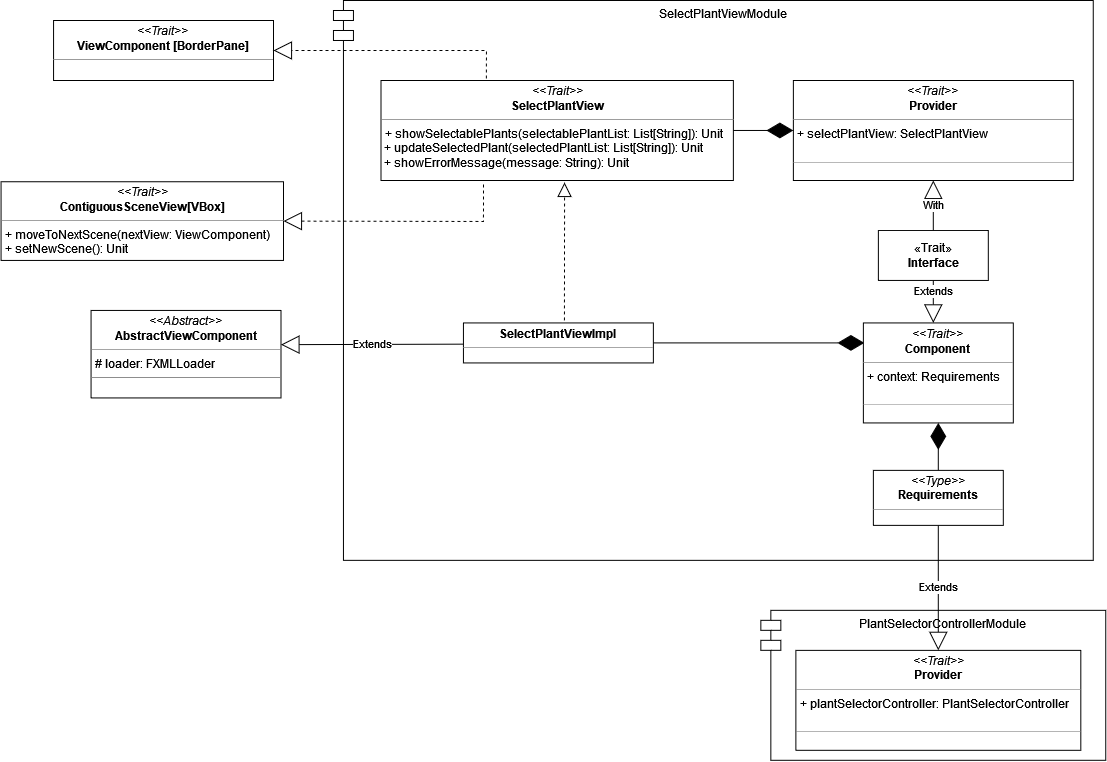
Earlier version of the draw.io export docs/img/select_plant_view.png (AnnaVitali/PPS-22-smartgh). Source tidied: cells renumbered, new cells last; positions are measured from the earlier drawing's top-left corner, leaving out a move shared by most shapes. Source of this version:
```xml
<mxGraphModel>
  <root>
    <mxCell id="0" />
    <mxCell id="1" parent="0" />
    <mxCell id="2" value="PlantSelectorControllerModule" style="shape=module;align=left;spacingLeft=20;align=center;verticalAlign=top;fillColor=none;" parent="1" vertex="1">
      <mxGeometry x="759.5" y="610" width="345" height="150" as="geometry" />
    </mxCell>
    <mxCell id="3" value="SelectPlantViewModule" style="shape=module;align=left;spacingLeft=20;align=center;verticalAlign=top;fillColor=none;" parent="1" vertex="1">
      <mxGeometry x="332" width="760" height="560" as="geometry" />
    </mxCell>
    <mxCell id="4" value="&lt;p style=&quot;margin:0px;margin-top:4px;text-align:center;&quot;&gt;&lt;i&gt;&amp;lt;&amp;lt;Trait&amp;gt;&amp;gt;&lt;/i&gt;&lt;br&gt;&lt;b&gt;SelectPlantView&lt;/b&gt;&lt;br&gt;&lt;/p&gt;&lt;hr size=&quot;1&quot;&gt;&lt;p style=&quot;margin:0px;margin-left:4px;&quot;&gt;+ showSelectablePlants(selectablePlantList: List[String]): Unit&lt;/p&gt;&lt;div&gt;&amp;nbsp;+ updateSelectedPlant(selectedPlantList: List[String]): Unit&lt;/div&gt;&lt;div&gt;&amp;nbsp;+ showErrorMessage(message: String): Unit&lt;br&gt;&lt;/div&gt;&lt;div&gt;&lt;br&gt;&lt;/div&gt;" style="verticalAlign=top;align=left;overflow=fill;fontSize=12;fontFamily=Helvetica;html=1;fillColor=default;" parent="1" vertex="1">
      <mxGeometry x="379.5" y="80" width="352.5" height="100" as="geometry" />
    </mxCell>
    <mxCell id="5" value="&lt;p style=&quot;margin:0px;margin-top:4px;text-align:center;&quot;&gt;&lt;i&gt;&amp;lt;&amp;lt;Trait&amp;gt;&amp;gt;&lt;/i&gt;&lt;br&gt;&lt;b&gt;ViewComponent [BorderPane]&lt;/b&gt;&lt;br&gt;&lt;/p&gt;&lt;hr size=&quot;1&quot;&gt;" style="verticalAlign=top;align=left;overflow=fill;fontSize=12;fontFamily=Helvetica;html=1;fillColor=default;" parent="1" vertex="1">
      <mxGeometry x="52" y="20" width="220" height="60" as="geometry" />
    </mxCell>
    <mxCell id="6" value="&lt;p style=&quot;margin:0px;margin-top:4px;text-align:center;&quot;&gt;&lt;i&gt;&amp;lt;&amp;lt;Trait&amp;gt;&amp;gt;&lt;/i&gt;&lt;br&gt;&lt;b&gt;Provider&lt;/b&gt;&lt;br&gt;&lt;/p&gt;&lt;hr size=&quot;1&quot;&gt;&lt;p style=&quot;margin:0px;margin-left:4px;&quot;&gt;+ selectPlantView: SelectPlantView&lt;br&gt;&lt;br&gt;&lt;/p&gt;&lt;hr size=&quot;1&quot;&gt;" style="verticalAlign=top;align=left;overflow=fill;fontSize=12;fontFamily=Helvetica;html=1;fillColor=default;" parent="1" vertex="1">
      <mxGeometry x="792" y="80" width="280" height="100" as="geometry" />
    </mxCell>
    <mxCell id="7" value="«Trait»&lt;br&gt;&lt;b&gt;Interface&lt;/b&gt;" style="html=1;fillColor=default;" parent="1" vertex="1">
      <mxGeometry x="877" y="230" width="110" height="50" as="geometry" />
    </mxCell>
    <mxCell id="8" value="Extends" style="endArrow=block;endSize=16;endFill=0;html=1;rounded=0;entryX=0.5;entryY=0;entryDx=0;entryDy=0;exitX=0.5;exitY=1;exitDx=0;exitDy=0;" parent="1" edge="1" source="7">
      <mxGeometry x="-0.53" relative="1" as="geometry">
        <mxPoint x="932" y="322.5" as="targetPoint" />
      </mxGeometry>
    </mxCell>
    <mxCell id="9" value="&lt;div&gt;With&lt;/div&gt;" style="endArrow=block;endSize=16;endFill=0;html=1;rounded=0;entryX=0.5;entryY=1;entryDx=0;entryDy=0;exitX=0.5;exitY=0;exitDx=0;exitDy=0;" parent="1" edge="1" source="7" target="6">
      <mxGeometry relative="1" as="geometry" />
    </mxCell>
    <mxCell id="10" value="&lt;p style=&quot;margin:0px;margin-top:4px;text-align:center;&quot;&gt;&lt;b&gt;SelectPlantViewImpl&lt;/b&gt;&lt;br&gt;&lt;/p&gt;&lt;hr size=&quot;1&quot;&gt;" style="verticalAlign=top;align=left;overflow=fill;fontSize=12;fontFamily=Helvetica;html=1;" parent="1" vertex="1">
      <mxGeometry x="462" y="322.5" width="190" height="40" as="geometry" />
    </mxCell>
    <mxCell id="11" style="endArrow=diamondThin;endFill=1;endSize=24;html=1;rounded=0;exitX=1;exitY=0.5;exitDx=0;exitDy=0;entryX=0;entryY=0.5;entryDx=0;entryDy=0;" parent="1" edge="1" source="4" target="6">
      <mxGeometry relative="1" as="geometry" />
    </mxCell>
    <mxCell id="12" style="endArrow=diamondThin;endFill=1;endSize=24;html=1;rounded=0;exitX=1;exitY=0.5;exitDx=0;exitDy=0;entryX=0.007;entryY=0.2;entryDx=0;entryDy=0;entryPerimeter=0;" parent="1" edge="1" source="10" target="14">
      <mxGeometry relative="1" as="geometry" />
    </mxCell>
    <mxCell id="13" value="&lt;p style=&quot;margin:0px;margin-top:4px;text-align:center;&quot;&gt;&lt;i&gt;&amp;lt;&amp;lt;Type&amp;gt;&amp;gt;&lt;/i&gt;&lt;br&gt;&lt;b&gt;Requirements&lt;/b&gt;&lt;br&gt;&lt;/p&gt;&lt;hr size=&quot;1&quot;&gt;&lt;p style=&quot;margin:0px;margin-left:4px;&quot;&gt;&lt;br&gt;&lt;/p&gt;" style="verticalAlign=top;align=left;overflow=fill;fontSize=12;fontFamily=Helvetica;html=1;fillColor=default;" parent="1" vertex="1">
      <mxGeometry x="872" y="470" width="130" height="55" as="geometry" />
    </mxCell>
    <mxCell id="14" value="&lt;p style=&quot;margin:0px;margin-top:4px;text-align:center;&quot;&gt;&lt;i&gt;&amp;lt;&amp;lt;Trait&amp;gt;&amp;gt;&lt;/i&gt;&lt;br&gt;&lt;b&gt;Component&lt;/b&gt;&lt;br&gt;&lt;/p&gt;&lt;hr size=&quot;1&quot;&gt;&lt;p style=&quot;margin:0px;margin-left:4px;&quot;&gt;+ context: Requirements&lt;br&gt;&lt;br&gt;&lt;/p&gt;&lt;hr size=&quot;1&quot;&gt;" style="verticalAlign=top;align=left;overflow=fill;fontSize=12;fontFamily=Helvetica;html=1;fillColor=default;" parent="1" vertex="1">
      <mxGeometry x="862" y="322.5" width="150" height="100" as="geometry" />
    </mxCell>
    <mxCell id="15" value="&lt;p style=&quot;margin:0px;margin-top:4px;text-align:center;&quot;&gt;&lt;i&gt;&amp;lt;&amp;lt;Trait&amp;gt;&amp;gt;&lt;/i&gt;&lt;br&gt;&lt;b&gt;Provider&lt;/b&gt;&lt;br&gt;&lt;/p&gt;&lt;hr size=&quot;1&quot;&gt;&lt;p style=&quot;margin:0px;margin-left:4px;&quot;&gt;+ plantSelectorController: PlantSelectorController&lt;br&gt;&lt;br&gt;&lt;/p&gt;&lt;hr size=&quot;1&quot;&gt;" style="verticalAlign=top;align=left;overflow=fill;fontSize=12;fontFamily=Helvetica;html=1;fillColor=default;" parent="1" vertex="1">
      <mxGeometry x="794.5" y="650" width="285" height="100" as="geometry" />
    </mxCell>
    <mxCell id="16" style="endArrow=diamondThin;endFill=1;endSize=24;html=1;rounded=0;exitX=0.5;exitY=0;exitDx=0;exitDy=0;" parent="1" edge="1" source="13" target="14">
      <mxGeometry relative="1" as="geometry" />
    </mxCell>
    <mxCell id="17" value="Extends" style="endArrow=block;endSize=16;endFill=0;html=1;rounded=0;exitX=0.5;exitY=1;exitDx=0;exitDy=0;entryX=0.5;entryY=0;entryDx=0;entryDy=0;" parent="1" edge="1" source="13" target="15">
      <mxGeometry relative="1" as="geometry" />
    </mxCell>
    <mxCell id="18" value="&lt;p style=&quot;margin:0px;margin-top:4px;text-align:center;&quot;&gt;&lt;i&gt;&amp;lt;&amp;lt;Trait&amp;gt;&amp;gt;&lt;/i&gt;&lt;br&gt;&lt;b&gt;ContiguousSceneView[VBox]&lt;/b&gt;&lt;br&gt;&lt;/p&gt;&lt;hr size=&quot;1&quot;&gt;&lt;p style=&quot;margin:0px;margin-left:4px;&quot;&gt;+ moveToNextScene(nextView: ViewComponent)&lt;/p&gt;&lt;p style=&quot;margin:0px;margin-left:4px;&quot;&gt;+ setNewScene(): Unit&lt;br&gt;&lt;/p&gt;&lt;div&gt;&lt;br&gt;&lt;/div&gt;" style="verticalAlign=top;align=left;overflow=fill;fontSize=12;fontFamily=Helvetica;html=1;fillColor=default;" parent="1" vertex="1">
      <mxGeometry x="-0.5" y="181.2" width="282.5" height="78.8" as="geometry" />
    </mxCell>
    <mxCell id="19" style="endArrow=block;endSize=16;endFill=0;html=1;rounded=0;entryX=1;entryY=0.5;entryDx=0;entryDy=0;exitX=0.291;exitY=1.04;exitDx=0;exitDy=0;exitPerimeter=0;dashed=1;" parent="1" edge="1" source="4" target="18">
      <mxGeometry relative="1" as="geometry">
        <Array as="points">
          <mxPoint x="482" y="221" />
        </Array>
      </mxGeometry>
    </mxCell>
    <mxCell id="20" style="endArrow=block;endSize=16;endFill=0;html=1;rounded=0;entryX=1;entryY=0.5;entryDx=0;entryDy=0;exitX=0.299;exitY=-0.02;exitDx=0;exitDy=0;exitPerimeter=0;dashed=1;" parent="1" edge="1" source="4" target="5">
      <mxGeometry relative="1" as="geometry">
        <Array as="points">
          <mxPoint x="485" y="50" />
        </Array>
      </mxGeometry>
    </mxCell>
    <mxCell id="21" style="endArrow=block;dashed=1;endFill=0;endSize=12;html=1;rounded=0;entryX=0.521;entryY=1.02;entryDx=0;entryDy=0;entryPerimeter=0;" parent="1" edge="1" target="4">
      <mxGeometry relative="1" as="geometry">
        <mxPoint x="563" y="320" as="sourcePoint" />
      </mxGeometry>
    </mxCell>
    <mxCell id="22" value="Extends" style="endArrow=block;endSize=16;endFill=0;html=1;rounded=0;exitX=0;exitY=0.5;exitDx=0;exitDy=0;" parent="1" edge="1">
      <mxGeometry relative="1" as="geometry">
        <mxPoint x="462" y="343.8" as="sourcePoint" />
        <mxPoint x="279.5" y="344.2" as="targetPoint" />
      </mxGeometry>
    </mxCell>
    <mxCell id="23" value="&lt;p style=&quot;margin:0px;margin-top:4px;text-align:center;&quot;&gt;&lt;i&gt;&amp;lt;&amp;lt;Abstract&amp;gt;&amp;gt;&lt;/i&gt;&lt;br&gt;&lt;b&gt;AbstractViewComponent&lt;/b&gt;&lt;br&gt;&lt;/p&gt;&lt;hr size=&quot;1&quot;&gt;&lt;p style=&quot;margin:0px;margin-left:4px;&quot;&gt;# loader: FXMLLoader&lt;br&gt;&lt;/p&gt;&lt;hr size=&quot;1&quot;&gt;&lt;p style=&quot;margin:0px;margin-left:4px;&quot;&gt;&lt;br&gt;&lt;/p&gt;" style="verticalAlign=top;align=left;overflow=fill;fontSize=12;fontFamily=Helvetica;html=1;" parent="1" vertex="1">
      <mxGeometry x="89.5" y="310" width="190" height="87.5" as="geometry" />
    </mxCell>
  </root>
</mxGraphModel>
```
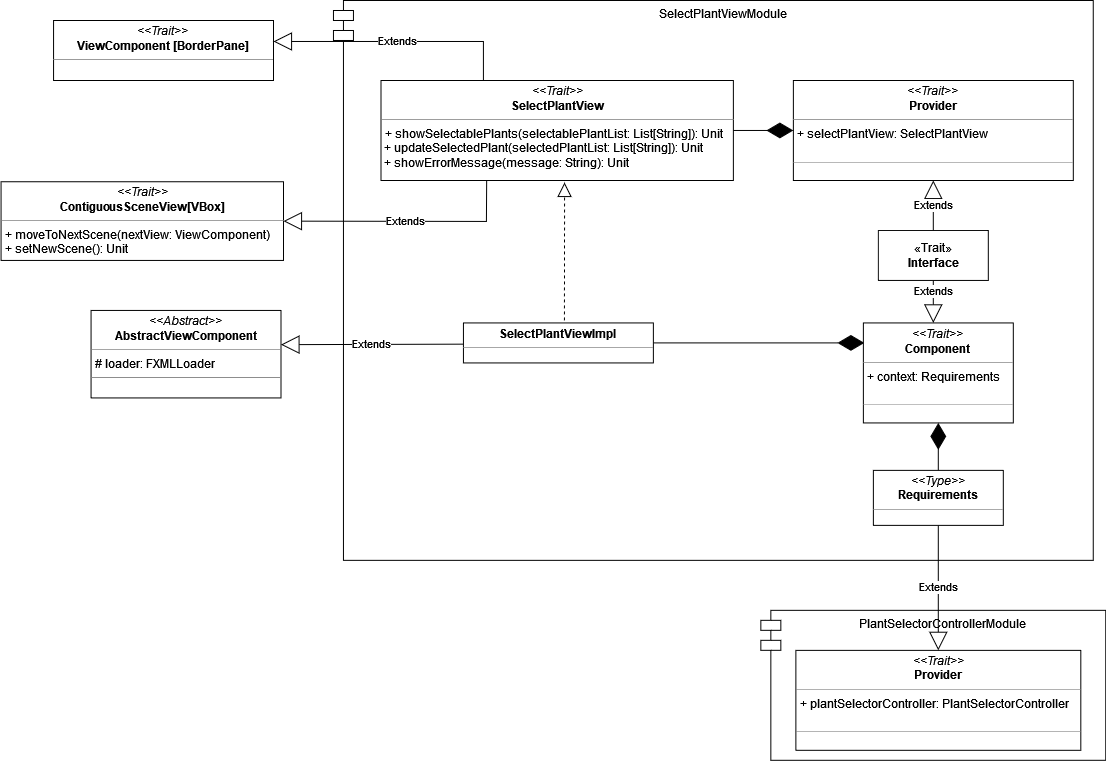
The same file after the commit.

Commit message:
add img select plant view updated

Diff of the diagram source:
```diff
@@ -25,7 +25,7 @@
         <mxPoint x="932" y="322.5" as="targetPoint" />
       </mxGeometry>
     </mxCell>
-    <mxCell id="9" value="&lt;div&gt;With&lt;/div&gt;" style="endArrow=block;endSize=16;endFill=0;html=1;rounded=0;entryX=0.5;entryY=1;entryDx=0;entryDy=0;exitX=0.5;exitY=0;exitDx=0;exitDy=0;" parent="1" edge="1" source="7" target="6">
+    <mxCell id="9" value="&lt;div&gt;Extends&lt;/div&gt;" style="endArrow=block;endSize=16;endFill=0;html=1;rounded=0;entryX=0.5;entryY=1;entryDx=0;entryDy=0;exitX=0.5;exitY=0;exitDx=0;exitDy=0;" parent="1" edge="1" source="7" target="6">
       <mxGeometry relative="1" as="geometry" />
     </mxCell>
     <mxCell id="10" value="&lt;p style=&quot;margin:0px;margin-top:4px;text-align:center;&quot;&gt;&lt;b&gt;SelectPlantViewImpl&lt;/b&gt;&lt;br&gt;&lt;/p&gt;&lt;hr size=&quot;1&quot;&gt;" style="verticalAlign=top;align=left;overflow=fill;fontSize=12;fontFamily=Helvetica;html=1;" parent="1" vertex="1">
@@ -55,33 +55,36 @@
     <mxCell id="18" value="&lt;p style=&quot;margin:0px;margin-top:4px;text-align:center;&quot;&gt;&lt;i&gt;&amp;lt;&amp;lt;Trait&amp;gt;&amp;gt;&lt;/i&gt;&lt;br&gt;&lt;b&gt;ContiguousSceneView[VBox]&lt;/b&gt;&lt;br&gt;&lt;/p&gt;&lt;hr size=&quot;1&quot;&gt;&lt;p style=&quot;margin:0px;margin-left:4px;&quot;&gt;+ moveToNextScene(nextView: ViewComponent)&lt;/p&gt;&lt;p style=&quot;margin:0px;margin-left:4px;&quot;&gt;+ setNewScene(): Unit&lt;br&gt;&lt;/p&gt;&lt;div&gt;&lt;br&gt;&lt;/div&gt;" style="verticalAlign=top;align=left;overflow=fill;fontSize=12;fontFamily=Helvetica;html=1;fillColor=default;" parent="1" vertex="1">
       <mxGeometry x="-0.5" y="181.2" width="282.5" height="78.8" as="geometry" />
     </mxCell>
-    <mxCell id="19" style="endArrow=block;endSize=16;endFill=0;html=1;rounded=0;entryX=1;entryY=0.5;entryDx=0;entryDy=0;exitX=0.291;exitY=1.04;exitDx=0;exitDy=0;exitPerimeter=0;dashed=1;" parent="1" edge="1" source="4" target="18">
+    <mxCell id="19" style="endArrow=block;dashed=1;endFill=0;endSize=12;html=1;rounded=0;entryX=0.521;entryY=1.02;entryDx=0;entryDy=0;entryPerimeter=0;" parent="1" edge="1" target="4">
       <mxGeometry relative="1" as="geometry">
-        <Array as="points">
-          <mxPoint x="482" y="221" />
-        </Array>
+        <mxPoint x="563" y="320" as="sourcePoint" />
       </mxGeometry>
     </mxCell>
-    <mxCell id="20" style="endArrow=block;endSize=16;endFill=0;html=1;rounded=0;entryX=1;entryY=0.5;entryDx=0;entryDy=0;exitX=0.299;exitY=-0.02;exitDx=0;exitDy=0;exitPerimeter=0;dashed=1;" parent="1" edge="1" source="4" target="5">
+    <mxCell id="20" value="Extends" style="endArrow=block;endSize=16;endFill=0;html=1;rounded=0;exitX=0;exitY=0.5;exitDx=0;exitDy=0;" parent="1" edge="1">
       <mxGeometry relative="1" as="geometry">
-        <Array as="points">
-          <mxPoint x="485" y="50" />
-        </Array>
+        <mxPoint x="462" y="343.8" as="sourcePoint" />
+        <mxPoint x="279.5" y="344.2" as="targetPoint" />
       </mxGeometry>
     </mxCell>
-    <mxCell id="21" style="endArrow=block;dashed=1;endFill=0;endSize=12;html=1;rounded=0;entryX=0.521;entryY=1.02;entryDx=0;entryDy=0;entryPerimeter=0;" parent="1" edge="1" target="4">
-      <mxGeometry relative="1" as="geometry">
-        <mxPoint x="563" y="320" as="sourcePoint" />
-      </mxGeometry>
+    <mxCell id="21" value="&lt;p style=&quot;margin:0px;margin-top:4px;text-align:center;&quot;&gt;&lt;i&gt;&amp;lt;&amp;lt;Abstract&amp;gt;&amp;gt;&lt;/i&gt;&lt;br&gt;&lt;b&gt;AbstractViewComponent&lt;/b&gt;&lt;br&gt;&lt;/p&gt;&lt;hr size=&quot;1&quot;&gt;&lt;p style=&quot;margin:0px;margin-left:4px;&quot;&gt;# loader: FXMLLoader&lt;br&gt;&lt;/p&gt;&lt;hr size=&quot;1&quot;&gt;&lt;p style=&quot;margin:0px;margin-left:4px;&quot;&gt;&lt;br&gt;&lt;/p&gt;" style="verticalAlign=top;align=left;overflow=fill;fontSize=12;fontFamily=Helvetica;html=1;" parent="1" vertex="1">
+      <mxGeometry x="89.5" y="310" width="190" height="87.5" as="geometry" />
     </mxCell>
-    <mxCell id="22" value="Extends" style="endArrow=block;endSize=16;endFill=0;html=1;rounded=0;exitX=0;exitY=0.5;exitDx=0;exitDy=0;" parent="1" edge="1">
+    <mxCell id="22" value="Extends" style="endArrow=block;endSize=16;endFill=0;html=1;rounded=0;exitX=0.3;exitY=0.997;exitDx=0;exitDy=0;exitPerimeter=0;" parent="1" edge="1" source="4">
       <mxGeometry relative="1" as="geometry">
-        <mxPoint x="462" y="343.8" as="sourcePoint" />
-        <mxPoint x="279.5" y="344.2" as="targetPoint" />
+        <mxPoint x="282" y="220.7" as="targetPoint" />
+        <Array as="points">
+          <mxPoint x="485" y="221" />
+        </Array>
       </mxGeometry>
     </mxCell>
-    <mxCell id="23" value="&lt;p style=&quot;margin:0px;margin-top:4px;text-align:center;&quot;&gt;&lt;i&gt;&amp;lt;&amp;lt;Abstract&amp;gt;&amp;gt;&lt;/i&gt;&lt;br&gt;&lt;b&gt;AbstractViewComponent&lt;/b&gt;&lt;br&gt;&lt;/p&gt;&lt;hr size=&quot;1&quot;&gt;&lt;p style=&quot;margin:0px;margin-left:4px;&quot;&gt;# loader: FXMLLoader&lt;br&gt;&lt;/p&gt;&lt;hr size=&quot;1&quot;&gt;&lt;p style=&quot;margin:0px;margin-left:4px;&quot;&gt;&lt;br&gt;&lt;/p&gt;" style="verticalAlign=top;align=left;overflow=fill;fontSize=12;fontFamily=Helvetica;html=1;" parent="1" vertex="1">
-      <mxGeometry x="89.5" y="310" width="190" height="87.5" as="geometry" />
+    <mxCell id="23" value="Extends" style="endArrow=block;endSize=16;endFill=0;html=1;rounded=0;" parent="1" edge="1">
+      <mxGeometry relative="1" as="geometry">
+        <mxPoint x="482" y="80" as="sourcePoint" />
+        <mxPoint x="272" y="41" as="targetPoint" />
+        <Array as="points">
+          <mxPoint x="482" y="41" />
+        </Array>
+      </mxGeometry>
     </mxCell>
   </root>
 </mxGraphModel>
```
